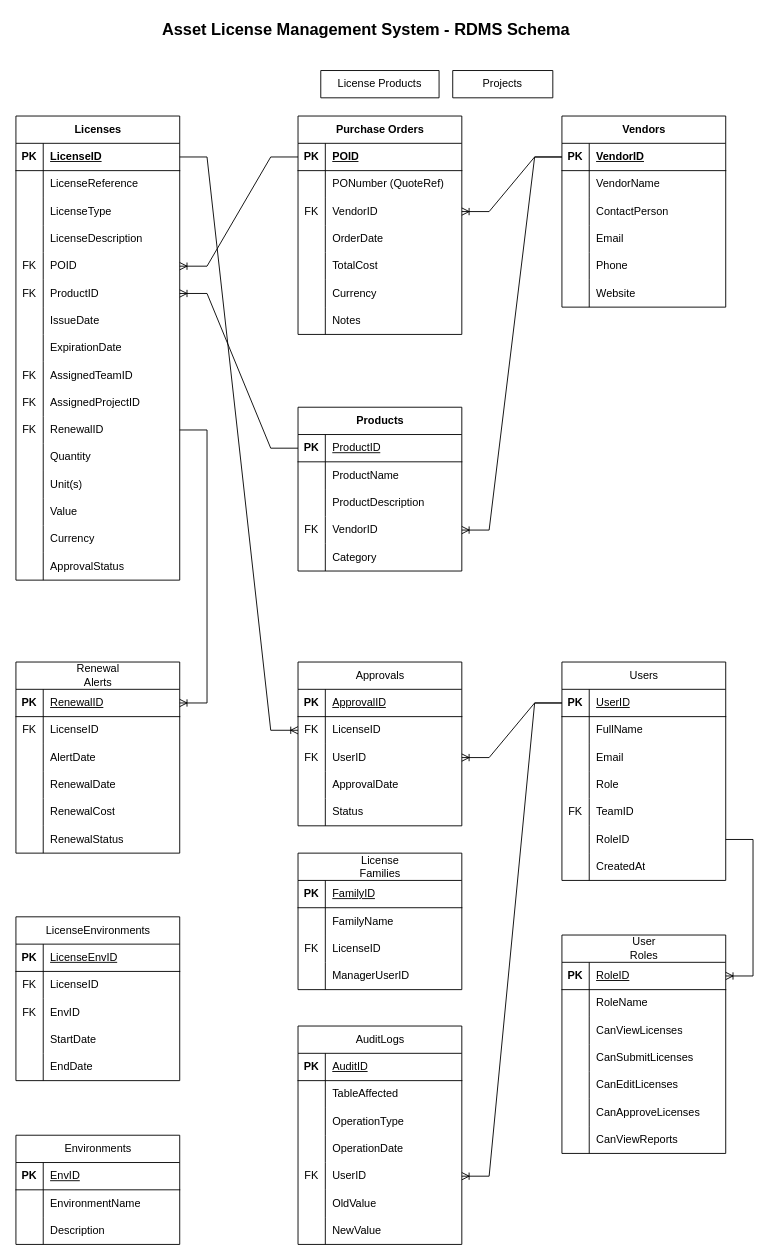
Above: License Management System Schema ER .drawio in MiraxCapgemini/license-tracker-sys (draw.io), before the change. Source tidied: cells renumbered, new cells numbered last; positions are measured from the earlier drawing's top-left corner, leaving out a move shared by most shapes. Both pictures are drawn from the tidied source at 91%, with x=0, y=0 at pixel (-48, -30).
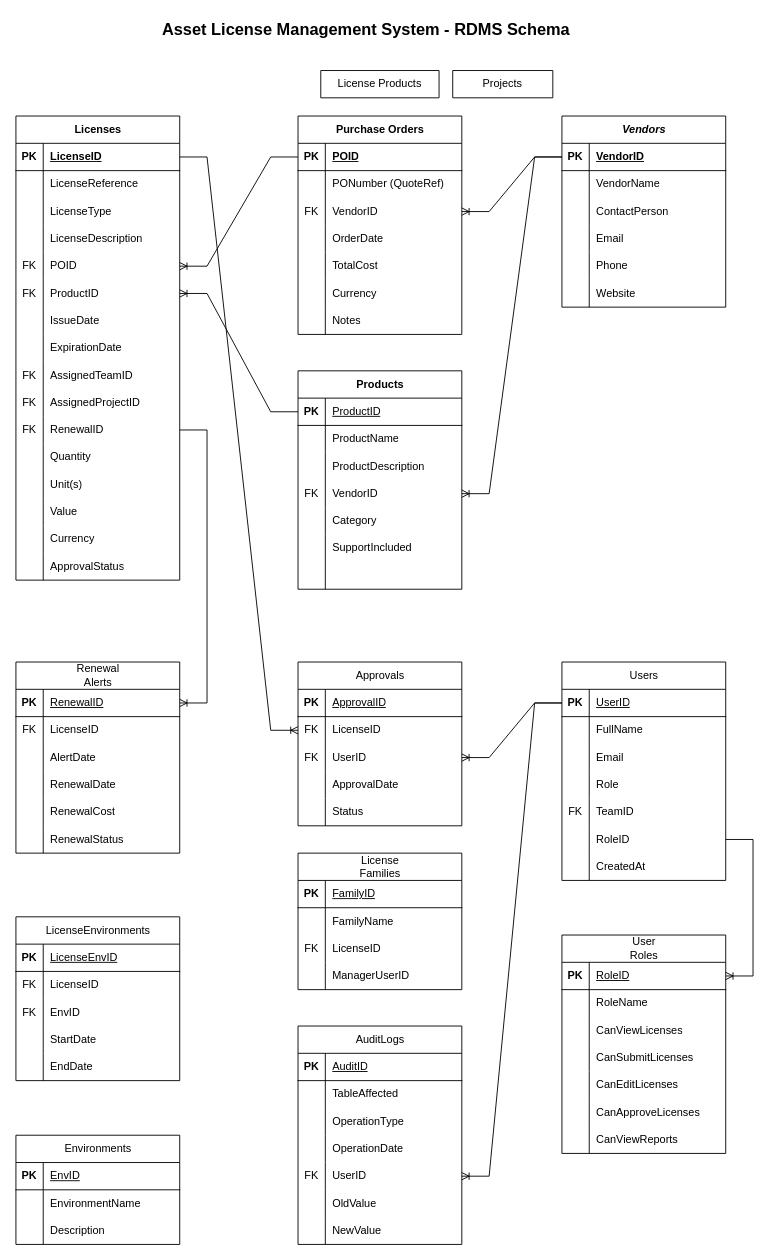
The same diagram, later.

What changed in the source:
```diff
@@
-    <mxCell id="77" value="Vendors" style="shape=table;startSize=30;childLayout=tableLayout;rowLines=0;fontStyle=1;align=center;html=1;" parent="1" vertex="1">
+    <mxCell id="77" value="&lt;i&gt;Vendors&lt;/i&gt;" style="shape=table;startSize=30;childLayout=tableLayout;rowLines=0;fontStyle=1;align=center;html=1;" parent="1" vertex="1">
       <mxGeometry x="670" y="160" width="180" height="210" as="geometry" />
     </mxCell>
@@
     <mxCell id="97" value="Products" style="shape=table;startSize=30;childLayout=tableLayout;rowLines=0;fontStyle=1;align=center;html=1;" parent="1" vertex="1">
-      <mxGeometry x="380" y="480" width="180" height="180" as="geometry" />
+      <mxGeometry x="380" y="440" width="180" height="240" as="geometry" />
     </mxCell>
@@
+    <mxCell id="261" style="shape=tableRow;horizontal=0;startSize=0;swimlaneHead=0;swimlaneBody=0;fillColor=none;top=0;left=0;right=0;bottom=0;" parent="97" vertex="1">
+      <mxGeometry y="180" width="180" height="30" as="geometry" />
+    </mxCell>
+    <mxCell id="262" style="shape=partialRectangle;fillColor=none;top=0;left=0;bottom=0;right=0;overflow=hidden;whiteSpace=wrap;html=1;" parent="261" vertex="1">
+      <mxGeometry width="30" height="30" as="geometry" />
+    </mxCell>
+    <mxCell id="263" value="SupportIncluded" style="shape=partialRectangle;fillColor=none;top=0;left=0;bottom=0;right=0;align=left;spacingLeft=6;overflow=hidden;whiteSpace=wrap;html=1;" parent="261" vertex="1">
+      <mxGeometry x="30" width="150" height="30" as="geometry" />
+    </mxCell>
+    <mxCell id="264" style="shape=tableRow;horizontal=0;startSize=0;swimlaneHead=0;swimlaneBody=0;fillColor=none;top=0;left=0;right=0;bottom=0;" parent="97" vertex="1">
+      <mxGeometry y="210" width="180" height="30" as="geometry" />
+    </mxCell>
+    <mxCell id="265" style="shape=partialRectangle;fillColor=none;top=0;left=0;bottom=0;right=0;overflow=hidden;whiteSpace=wrap;html=1;" parent="264" vertex="1">
+      <mxGeometry width="30" height="30" as="geometry" />
+    </mxCell>
+    <mxCell id="266" style="shape=partialRectangle;fillColor=none;top=0;left=0;bottom=0;right=0;align=left;spacingLeft=6;overflow=hidden;whiteSpace=wrap;html=1;" parent="264" vertex="1">
+      <mxGeometry x="30" width="150" height="30" as="geometry" />
+    </mxCell>
```
